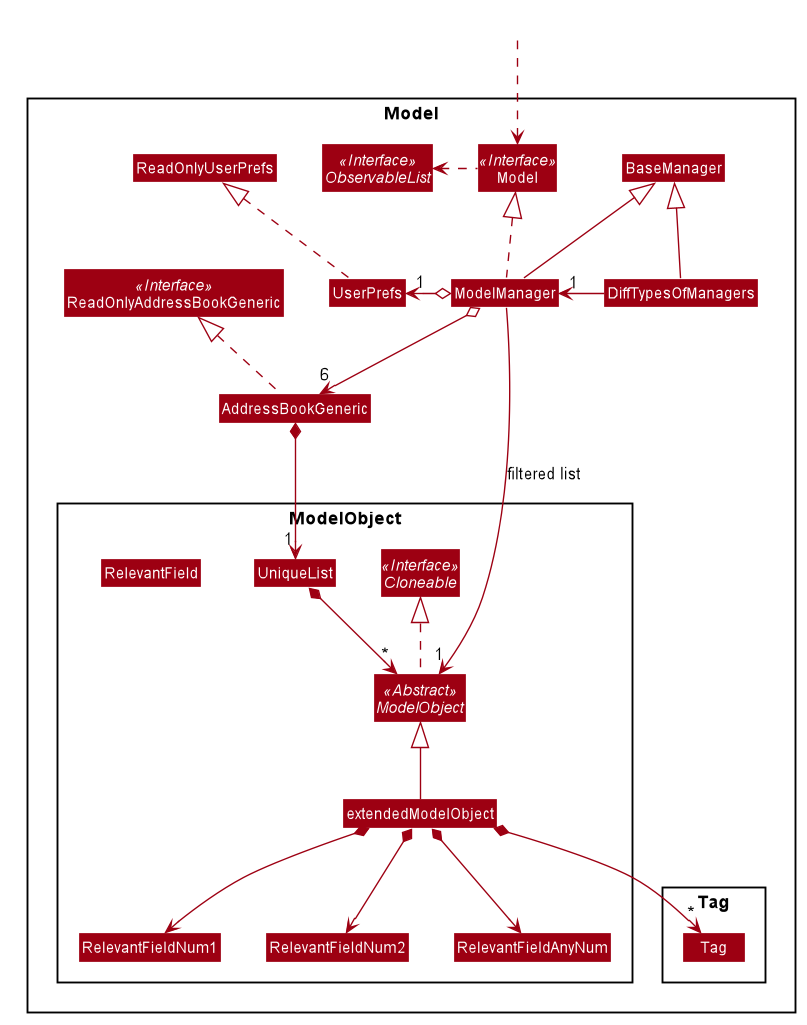
The PlantUML diagram docs/images/ModelClassDiagram.png in nus-cs2103-AY1920S2/addressbook-level3, before a commit.
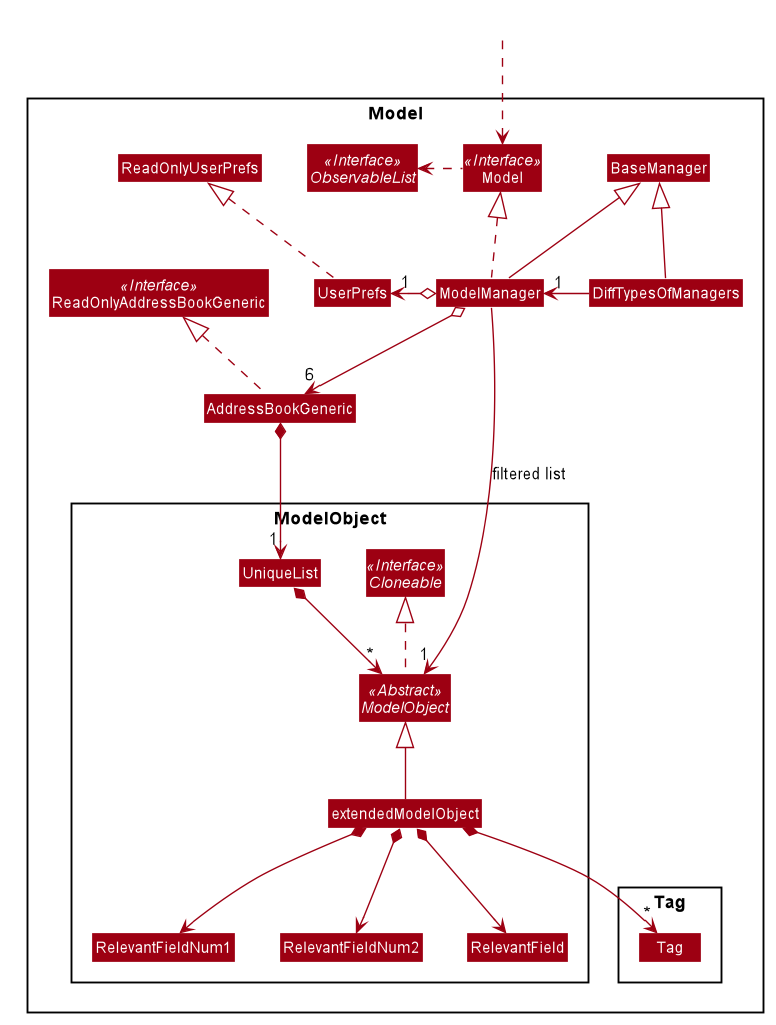
The same file after the commit.

Commit message:
initial Model section done

Diff of the diagram source:
```diff
@@ -72,7 +72,7 @@
 Class extendedModelObject
 Class RelevantFieldNum1
 Class RelevantFieldNum2
-Class RelevantFieldAnyNum
+Class RelevantField
 Class RelevantField
 }
 
@@ -102,7 +102,7 @@
 extendedModelObject -up-|> ModelObject
 extendedModelObject *--> RelevantFieldNum1
 extendedModelObject *--> RelevantFieldNum2
-extendedModelObject *--> RelevantFieldAnyNum
+extendedModelObject *--> RelevantField
 extendedModelObject *--> "*" Tag
 
 RelevantFieldNum1 -[hidden]right-> RelevantFieldNum2
```
